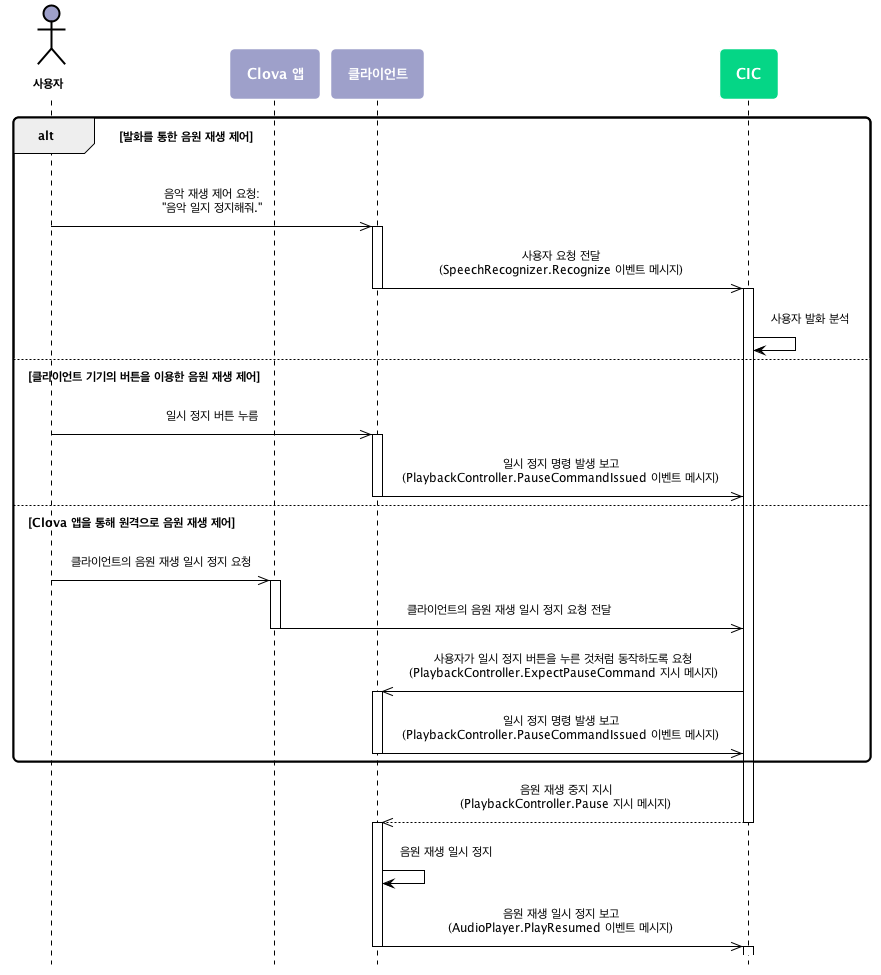
This is ja-KR/CIC/Resources/Images/CIC_Audio_Playback_Control_Flow.png from YBHwang/clova-developer-guide, a PlantUML export, as it was before one commit. Its diagram source:
```plantuml
@startuml
scale max 880 width
skinparam sequenceMessageAlign center
skinparam shadowing false
skinparam roundcorner 10
skinparam padding 10
skinparam defaultFontSize 12
skinparam defaultFontName "Malgun Gothic", sans-serif
skinparam sequence {
  ArrowColor #000000
  ActorBorderColor #000000
  ActorFontStyle Bolder


  LifeLineBorderColor #000000
  LifeLineBackgroundColor transparent
  ParticipantBorderColor transparent
  ParticipantFontSize 14
  ParticipantFontColor #ffffff
  ParticipantFontStyle bold

  BoxBorderColor #000000
  BoxFontColor #ffffff
    BoxFontSize 14
    BoxFontStyle bold
}
skinparam note {
  BackgroundColor #9EA0CA
  BorderColor #ffffff
  FontColor #ffffff
  FontSize 14
  FontStyle bold
}
hide footbox

actor 사용자 as user #9EA0CA
participant "Clova 앱" as app #9EA0CA
participant 클라이언트 as client #9EA0CA
participant CIC as cic #05D686

alt 발화를 통한 음원 재생 제어

  user ->> client : 음악 재생 제어 요청:\n"음악 일지 정지해줘."

  activate client

    client ->> cic : 사용자 요청 전달\n(SpeechRecognizer.Recognize 이벤트 메시지)

  deactivate client

  activate cic

    cic -> cic : 사용자 발화 분석

else 클라이언트 기기의 버튼을 이용한 음원 재생 제어

  user ->> client : 일시 정지 버튼 누름

  activate client

    client ->> cic : 일시 정지 명령 발생 보고\n(PlaybackController.PauseCommandIssued 이벤트 메시지)

  deactivate client

else Clova 앱을 통해 원격으로 음원 재생 제어

  user ->> app : 클라이언트의 음원 재생 일시 정지 요청

  activate app

    app ->> cic : 클라이언트의 음원 재생 일시 정지 요청 전달

  deactivate app

    cic ->> client : 사용자가 일시 정지 버튼을 누른 것처럼 동작하도록 요청\n(PlaybackController.ExpectPauseCommand 지시 메시지)

  activate client

    client ->> cic : 일시 정지 명령 발생 보고\n(PlaybackController.PauseCommandIssued 이벤트 메시지)

  deactivate client

end


activate cic

  cic -->> client : 음원 재생 중지 지시\n(PlaybackController.Pause 지시 메시지)

deactivate cic

activate client

  client -> client : 음원 재생 일시 정지
  client ->> cic : 음원 재생 일시 정지 보고\n(AudioPlayer.PlayResumed 이벤트 메시지)

deactivate client

activate cic


@enduml
```
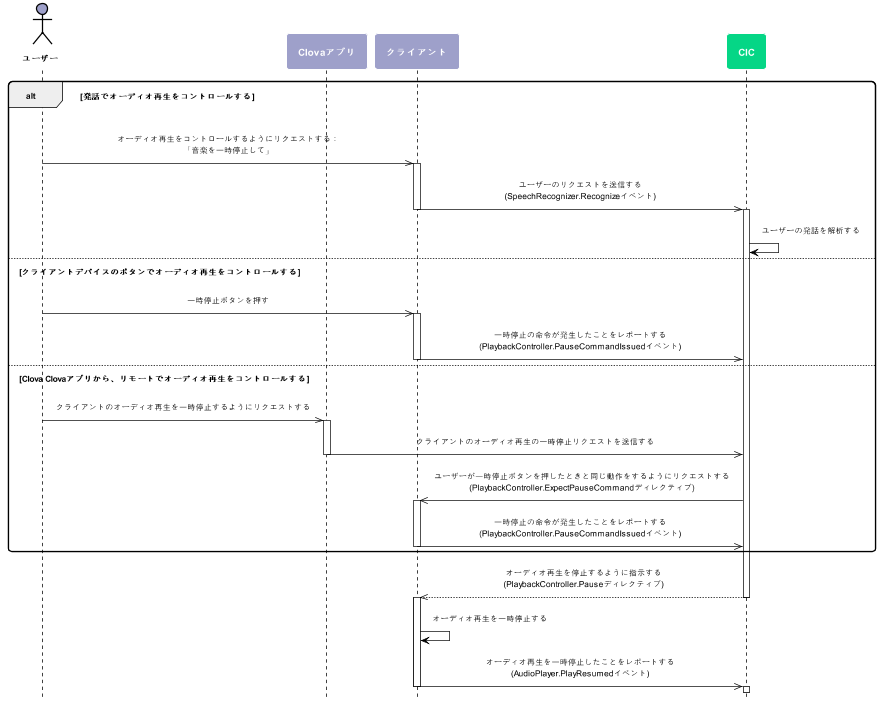
Above is the later version.

Change to the diagram source:
```diff
@@ -6,6 +6,15 @@
 skinparam padding 10
 skinparam defaultFontSize 12
 skinparam defaultFontName "Malgun Gothic", sans-serif
+
+skinparam note {
+  BackgroundColor #9EA0CA
+  BorderColor #ffffff
+  FontColor #ffffff
+  FontSize 14
+  FontStyle bold
+}
+
 skinparam sequence {
   ArrowColor #000000
   ActorBorderColor #000000
@@ -24,59 +33,66 @@
     BoxFontSize 14
     BoxFontStyle bold
 }
-skinparam note {
+hide footbox
+
+skinparam activity {
   BackgroundColor #9EA0CA
+  BarColor #ffffff
   BorderColor #ffffff
+  DiamondBackgroundColor #05D686
+  DiamondBorderColor #ffffff
+  DiamondFontColor #ffffff
+  DiamondFontSize 14
+  DiamondFontStyle bold
   FontColor #ffffff
   FontSize 14
   FontStyle bold
 }
-hide footbox
 
-actor 사용자 as user #9EA0CA
-participant "Clova 앱" as app #9EA0CA
-participant 클라이언트 as client #9EA0CA
+actor ユーザー as user #9EA0CA
+participant "Clovaアプリ" as app #9EA0CA
+participant クライアント as client #9EA0CA
 participant CIC as cic #05D686
 
-alt 발화를 통한 음원 재생 제어
+alt 発話でオーディオ再生をコントロールする
 
-  user ->> client : 음악 재생 제어 요청:\n"음악 일지 정지해줘."
+  user ->> client : オーディオ再生をコントロールするようにリクエストする：\n「音楽を一時停止して」
 
   activate client
 
-    client ->> cic : 사용자 요청 전달\n(SpeechRecognizer.Recognize 이벤트 메시지)
+    client ->> cic : ユーザーのリクエストを送信する\n(SpeechRecognizer.Recognizeイベント)
 
   deactivate client
 
   activate cic
 
-    cic -> cic : 사용자 발화 분석
+    cic -> cic : ユーザーの発話を解析する
 
-else 클라이언트 기기의 버튼을 이용한 음원 재생 제어
+else クライアントデバイスのボタンでオーディオ再生をコントロールする
 
-  user ->> client : 일시 정지 버튼 누름
+  user ->> client : 一時停止ボタンを押す
 
   activate client
 
-    client ->> cic : 일시 정지 명령 발생 보고\n(PlaybackController.PauseCommandIssued 이벤트 메시지)
+    client ->> cic : 一時停止の命令が発生したことをレポートする\n(PlaybackController.PauseCommandIssuedイベント)
 
   deactivate client
 
-else Clova 앱을 통해 원격으로 음원 재생 제어
+else Clova Clovaアプリから、リモートでオーディオ再生をコントロールする
 
-  user ->> app : 클라이언트의 음원 재생 일시 정지 요청
+  user ->> app : クライアントのオーディオ再生を一時停止するようにリクエストする
 
   activate app
 
-    app ->> cic : 클라이언트의 음원 재생 일시 정지 요청 전달
+    app ->> cic : クライアントのオーディオ再生の一時停止リクエストを送信する
 
   deactivate app
 
-    cic ->> client : 사용자가 일시 정지 버튼을 누른 것처럼 동작하도록 요청\n(PlaybackController.ExpectPauseCommand 지시 메시지)
+    cic ->> client : ユーザーが一時停止ボタンを押したときと同じ動作をするようにリクエストする\n(PlaybackController.ExpectPauseCommandディレクティブ)
 
   activate client
 
-    client ->> cic : 일시 정지 명령 발생 보고\n(PlaybackController.PauseCommandIssued 이벤트 메시지)
+    client ->> cic : 一時停止の命令が発生したことをレポートする\n(PlaybackController.PauseCommandIssuedイベント)
 
   deactivate client
 
@@ -85,18 +101,17 @@
 
 activate cic
 
-  cic -->> client : 음원 재생 중지 지시\n(PlaybackController.Pause 지시 메시지)
+  cic -->> client : オーディオ再生を停止するように指示する\n(PlaybackController.Pauseディレクティブ)
 
 deactivate cic
 
 activate client
 
-  client -> client : 음원 재생 일시 정지
-  client ->> cic : 음원 재생 일시 정지 보고\n(AudioPlayer.PlayResumed 이벤트 메시지)
+  client -> client : オーディオ再生を一時停止する
+  client ->> cic : オーディオ再生を一時停止したことをレポートする\n(AudioPlayer.PlayResumedイベント)
 
 deactivate client
 
 activate cic
 
-
 @enduml
```
